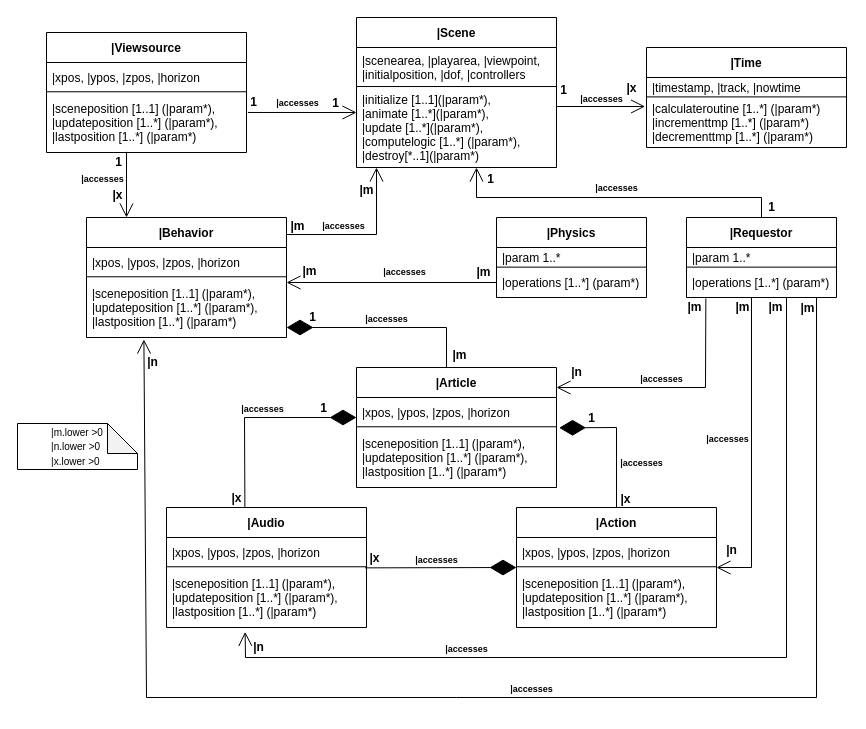
Earlier version of the draw.io diagram final.drawio (sai11101989/vrsemantics). Source tidied: cells renumbered, new cells numbered last; positions are measured from the earlier drawing's top-left corner, leaving out a move shared by most shapes. Both pictures are drawn from the tidied source at 100%, with x=0, y=0 at pixel (17, 17).
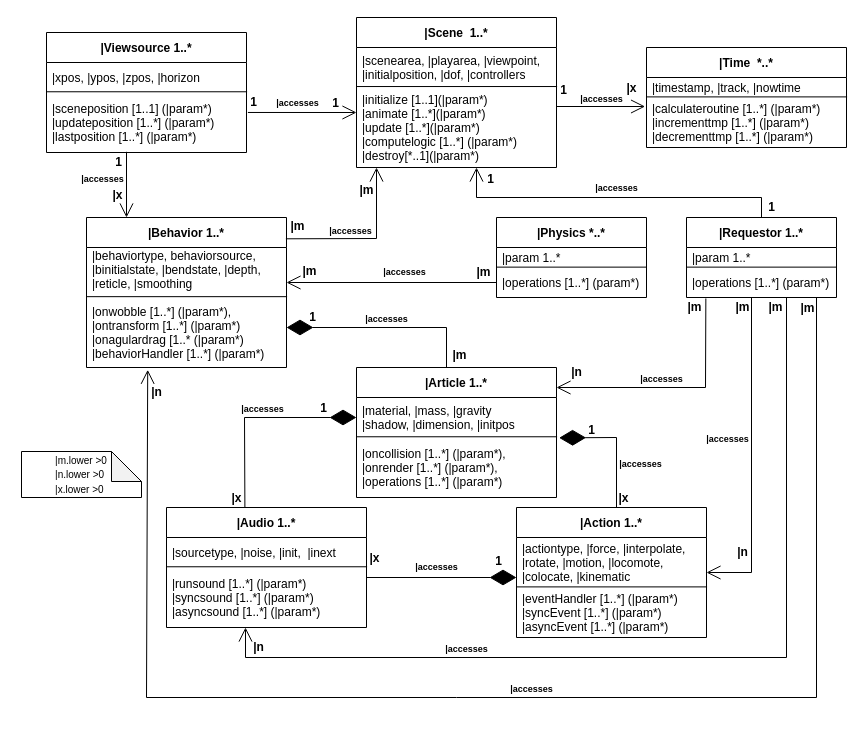
The same page after the edit.

Diff of the diagram source:
```diff
@@
-    <mxCell id="2" value="|Scene" style="swimlane;fontStyle=1;horizontal=1;startSize=30;" parent="1" vertex="1">
+    <mxCell id="2" value="|Scene  1..*" style="swimlane;fontStyle=1;horizontal=1;startSize=30;" parent="1" vertex="1">
       <mxGeometry x="339" width="200" height="150" as="geometry" />
     </mxCell>
@@
-    <mxCell id="4" value="|initialize [1..1](|param*), &#10;|animate [1..*](|param*),&#10;|update [1..*](|param*), &#10;|computelogic [1..*] (|param*),&#10;|destroy[*..1](|param*)" style="text;strokeColor=none;fillColor=none;align=left;verticalAlign=middle;spacingLeft=4;spacingRight=4;overflow=hidden;points=[[0,0.5],[1,0.5]];portConstraint=eastwest;" parent="2" vertex="1">
+    <mxCell id="4" value="|initialize [1..1](|param*)&#10;|animate [1..*](|param*)&#10;|update [1..*](|param*)&#10;|computelogic [1..*] (|param*)&#10;|destroy[*..1](|param*)" style="text;strokeColor=none;fillColor=none;align=left;verticalAlign=middle;spacingLeft=4;spacingRight=4;overflow=hidden;points=[[0,0.5],[1,0.5]];portConstraint=eastwest;" parent="2" vertex="1">
       <mxGeometry y="70" width="200" height="80" as="geometry" />
     </mxCell>
@@
-    <mxCell id="6" value="|Viewsource" style="swimlane;fontStyle=1;horizontal=1;startSize=30;" parent="1" vertex="1">
+    <mxCell id="6" value="|Viewsource 1..*" style="swimlane;fontStyle=1;horizontal=1;startSize=30;" parent="1" vertex="1">
       <mxGeometry x="29" y="15" width="200" height="120" as="geometry" />
     </mxCell>
@@
-    <mxCell id="8" value="|sceneposition [1..1] (|param*),&#10;|updateposition [1..*] (|param*),&#10;|lastposition [1..*] (|param*)" style="text;strokeColor=none;fillColor=none;align=left;verticalAlign=middle;spacingLeft=4;spacingRight=4;overflow=hidden;points=[[0,0.5],[1,0.5]];portConstraint=eastwest;" parent="6" vertex="1">
+    <mxCell id="8" value="|sceneposition [1..1] (|param*)&#10;|updateposition [1..*] (|param*)&#10;|lastposition [1..*] (|param*)" style="text;strokeColor=none;fillColor=none;align=left;verticalAlign=middle;spacingLeft=4;spacingRight=4;overflow=hidden;points=[[0,0.5],[1,0.5]];portConstraint=eastwest;" parent="6" vertex="1">
       <mxGeometry y="60" width="200" height="60" as="geometry" />
     </mxCell>
@@
-    <mxCell id="10" value="|Time" style="swimlane;fontStyle=1;horizontal=1;startSize=30;" parent="1" vertex="1">
+    <mxCell id="10" value="|Time  *..*" style="swimlane;fontStyle=1;horizontal=1;startSize=30;" parent="1" vertex="1">
       <mxGeometry x="629" y="30" width="200" height="100" as="geometry" />
     </mxCell>
@@
-    <mxCell id="20" value="|Behavior" style="swimlane;fontStyle=1;horizontal=1;startSize=30;" parent="1" vertex="1">
-      <mxGeometry x="69" y="200" width="200" height="120" as="geometry" />
+    <mxCell id="20" value="|Behavior 1..*" style="swimlane;fontStyle=1;horizontal=1;startSize=30;" parent="1" vertex="1">
+      <mxGeometry x="69" y="200" width="200" height="150" as="geometry" />
     </mxCell>
-    <mxCell id="21" value="|xpos, |ypos, |zpos, |horizon" style="text;strokeColor=none;fillColor=none;align=left;verticalAlign=middle;spacingLeft=4;spacingRight=4;overflow=hidden;" parent="20" vertex="1">
-      <mxGeometry y="30" width="200" height="30" as="geometry" />
+    <mxCell id="21" value="|behaviortype, behaviorsource,&#10;|binitialstate, |bendstate, |depth, &#10;|reticle, |smoothing&#10;" style="text;strokeColor=none;fillColor=none;align=left;verticalAlign=middle;spacingLeft=4;spacingRight=4;overflow=hidden;" parent="20" vertex="1">
+      <mxGeometry y="30" width="200" height="50" as="geometry" />
     </mxCell>
-    <mxCell id="22" value="|sceneposition [1..1] (|param*),&#10;|updateposition [1..*] (|param*),&#10;|lastposition [1..*] (|param*)" style="text;strokeColor=none;fillColor=none;align=left;verticalAlign=middle;spacingLeft=4;spacingRight=4;overflow=hidden;points=[[0,0.5],[1,0.5]];portConstraint=eastwest;" parent="20" vertex="1">
-      <mxGeometry y="60" width="200" height="60" as="geometry" />
+    <mxCell id="22" value="|onwobble [1..*] (|param*),&#10;|ontransform [1..*] (|param*)&#10;|onagulardrag [1..* (|param*)&#10;|behaviorHandler [1..*] (|param*)" style="text;strokeColor=none;fillColor=none;align=left;verticalAlign=middle;spacingLeft=4;spacingRight=4;overflow=hidden;points=[[0,0.5],[1,0.5]];portConstraint=eastwest;" parent="20" vertex="1">
+      <mxGeometry y="80" width="200" height="70" as="geometry" />
     </mxCell>
@@
-    <mxCell id="24" value="|Physics" style="swimlane;fontStyle=1;horizontal=1;startSize=30;" parent="1" vertex="1">
+    <mxCell id="24" value="|Physics *..*" style="swimlane;fontStyle=1;horizontal=1;startSize=30;" parent="1" vertex="1">
       <mxGeometry x="479" y="200" width="150" height="80" as="geometry" />
     </mxCell>
@@
     <mxCell id="32" style="endArrow=open;endFill=1;endSize=12;html=1;rounded=0;exitX=0.997;exitY=0.142;exitDx=0;exitDy=0;exitPerimeter=0;" parent="1" edge="1" source="20">
       <mxGeometry relative="1" as="geometry">
         <mxPoint x="359" y="150" as="targetPoint" />
         <Array as="points">
-          <mxPoint x="359" y="217" />
+          <mxPoint x="359" y="221" />
         </Array>
       </mxGeometry>
     </mxCell>
@@
-    <mxCell id="35" value="&lt;font style=&quot;font-size: 9px;&quot;&gt;|accesses&lt;/font&gt;" style="text;html=1;align=center;verticalAlign=middle;strokeColor=none;fillColor=none;fontStyle=1;" parent="1" vertex="1">
-      <mxGeometry x="291" y="193" width="70" height="30" as="geometry" />
-    </mxCell>
@@
-    <mxCell id="40" value="|Requestor" style="swimlane;fontStyle=1;horizontal=1;startSize=30;" parent="1" vertex="1">
+    <mxCell id="40" value="|Requestor 1..*" style="swimlane;fontStyle=1;horizontal=1;startSize=30;" parent="1" vertex="1">
       <mxGeometry x="669" y="200" width="150" height="80" as="geometry" />
     </mxCell>
@@
-    <mxCell id="48" value="|Article" style="swimlane;fontStyle=1;horizontal=1;startSize=30;" parent="1" vertex="1">
-      <mxGeometry x="339" y="350" width="200" height="120" as="geometry" />
+    <mxCell id="48" value="|Article 1..*" style="swimlane;fontStyle=1;horizontal=1;startSize=30;" parent="1" vertex="1">
+      <mxGeometry x="339" y="350" width="200" height="130" as="geometry" />
     </mxCell>
-    <mxCell id="49" value="|xpos, |ypos, |zpos, |horizon" style="text;strokeColor=none;fillColor=none;align=left;verticalAlign=middle;spacingLeft=4;spacingRight=4;overflow=hidden;" parent="48" vertex="1">
-      <mxGeometry y="30" width="200" height="30" as="geometry" />
+    <mxCell id="49" value="|material, |mass, |gravity &#10;|shadow, |dimension, |initpos" style="text;strokeColor=none;fillColor=none;align=left;verticalAlign=middle;spacingLeft=4;spacingRight=4;overflow=hidden;" parent="48" vertex="1">
+      <mxGeometry y="30" width="200" height="40" as="geometry" />
     </mxCell>
-    <mxCell id="50" value="|sceneposition [1..1] (|param*),&#10;|updateposition [1..*] (|param*),&#10;|lastposition [1..*] (|param*)" style="text;strokeColor=none;fillColor=none;align=left;verticalAlign=middle;spacingLeft=4;spacingRight=4;overflow=hidden;points=[[0,0.5],[1,0.5]];portConstraint=eastwest;" parent="48" vertex="1">
-      <mxGeometry y="60" width="200" height="60" as="geometry" />
+    <mxCell id="50" value="|oncollision [1..*] (|param*),&#10;|onrender [1..*] (|param*),&#10;|operations [1..*] (|param*)" style="text;strokeColor=none;fillColor=none;align=left;verticalAlign=middle;spacingLeft=4;spacingRight=4;overflow=hidden;points=[[0,0.5],[1,0.5]];portConstraint=eastwest;" parent="48" vertex="1">
+      <mxGeometry y="70" width="200" height="60" as="geometry" />
     </mxCell>
@@
-    <mxCell id="52" value="|Audio" style="swimlane;fontStyle=1;horizontal=1;startSize=30;" parent="1" vertex="1">
+    <mxCell id="52" value="|Audio 1..*" style="swimlane;fontStyle=1;horizontal=1;startSize=30;" parent="1" vertex="1">
       <mxGeometry x="149" y="490" width="200" height="120" as="geometry" />
     </mxCell>
-    <mxCell id="53" value="|xpos, |ypos, |zpos, |horizon" style="text;strokeColor=none;fillColor=none;align=left;verticalAlign=middle;spacingLeft=4;spacingRight=4;overflow=hidden;" parent="52" vertex="1">
+    <mxCell id="53" value="|sourcetype, |noise, |init,  |inext" style="text;strokeColor=none;fillColor=none;align=left;verticalAlign=middle;spacingLeft=4;spacingRight=4;overflow=hidden;" parent="52" vertex="1">
       <mxGeometry y="30" width="200" height="30" as="geometry" />
     </mxCell>
-    <mxCell id="54" value="|sceneposition [1..1] (|param*),&#10;|updateposition [1..*] (|param*),&#10;|lastposition [1..*] (|param*)" style="text;strokeColor=none;fillColor=none;align=left;verticalAlign=middle;spacingLeft=4;spacingRight=4;overflow=hidden;points=[[0,0.5],[1,0.5]];portConstraint=eastwest;" parent="52" vertex="1">
+    <mxCell id="54" value="|runsound [1..*] (|param*)&#10;|syncsound [1..*] (|param*)&#10;|asyncsound [1..*] (|param*)" style="text;strokeColor=none;fillColor=none;align=left;verticalAlign=middle;spacingLeft=4;spacingRight=4;overflow=hidden;points=[[0,0.5],[1,0.5]];portConstraint=eastwest;" parent="52" vertex="1">
       <mxGeometry y="60" width="200" height="60" as="geometry" />
     </mxCell>
@@
-    <mxCell id="56" value="|Action" style="swimlane;fontStyle=1;horizontal=1;startSize=30;" parent="1" vertex="1">
-      <mxGeometry x="499" y="490" width="200" height="120" as="geometry" />
+    <mxCell id="56" value="|Action 1..*" style="swimlane;fontStyle=1;horizontal=1;startSize=30;" parent="1" vertex="1">
+      <mxGeometry x="499" y="490" width="190" height="130" as="geometry" />
     </mxCell>
-    <mxCell id="57" value="|xpos, |ypos, |zpos, |horizon" style="text;strokeColor=none;fillColor=none;align=left;verticalAlign=middle;spacingLeft=4;spacingRight=4;overflow=hidden;" parent="56" vertex="1">
-      <mxGeometry y="30" width="200" height="30" as="geometry" />
+    <mxCell id="57" value="|actiontype, |force, |interpolate, &#10;|rotate, |motion, |locomote, &#10;|colocate, |kinematic" style="text;strokeColor=none;fillColor=none;align=left;verticalAlign=middle;spacingLeft=4;spacingRight=4;overflow=hidden;" parent="56" vertex="1">
+      <mxGeometry y="30" width="190" height="50" as="geometry" />
     </mxCell>
-    <mxCell id="58" value="|sceneposition [1..1] (|param*),&#10;|updateposition [1..*] (|param*),&#10;|lastposition [1..*] (|param*)" style="text;strokeColor=none;fillColor=none;align=left;verticalAlign=middle;spacingLeft=4;spacingRight=4;overflow=hidden;points=[[0,0.5],[1,0.5]];portConstraint=eastwest;" parent="56" vertex="1">
-      <mxGeometry y="60" width="200" height="60" as="geometry" />
+    <mxCell id="58" value="|eventHandler [1..*] (|param*)&#10;|syncEvent [1..*] (|param*)&#10;|asyncEvent [1..*] (|param*)" style="text;strokeColor=none;fillColor=none;align=left;verticalAlign=middle;spacingLeft=4;spacingRight=4;overflow=hidden;points=[[0,0.5],[1,0.5]];portConstraint=eastwest;" parent="56" vertex="1">
+      <mxGeometry y="80" width="190" height="50" as="geometry" />
     </mxCell>
@@
     <mxCell id="67" style="endArrow=open;endFill=1;endSize=12;html=1;rounded=0;fontSize=9;entryX=1;entryY=0.5;entryDx=0;entryDy=0;" parent="1" edge="1" target="56">
       <mxGeometry relative="1" as="geometry">
         <mxPoint x="734" y="280" as="sourcePoint" />
         <Array as="points">
-          <mxPoint x="734" y="550" />
+          <mxPoint x="734" y="555" />
         </Array>
       </mxGeometry>
     </mxCell>
-    <mxCell id="68" style="endArrow=open;endFill=1;endSize=12;html=1;rounded=0;fontSize=9;entryX=0.393;entryY=1.072;entryDx=0;entryDy=0;entryPerimeter=0;" parent="1" edge="1" target="54">
+    <mxCell id="68" style="endArrow=open;endFill=1;endSize=12;html=1;rounded=0;fontSize=9;" parent="1" edge="1">
       <mxGeometry relative="1" as="geometry">
         <mxPoint x="769" y="280" as="sourcePoint" />
+        <mxPoint x="228" y="610" as="targetPoint" />
         <Array as="points">
           <mxPoint x="769" y="640" />
           <mxPoint x="228" y="640" />
         </Array>
       </mxGeometry>
     </mxCell>
-    <mxCell id="69" style="endArrow=open;endFill=1;endSize=12;html=1;rounded=0;fontSize=9;entryX=0.287;entryY=1.033;entryDx=0;entryDy=0;entryPerimeter=0;" parent="1" edge="1" target="22">
+    <mxCell id="69" style="endArrow=open;endFill=1;endSize=12;html=1;rounded=0;fontSize=9;entryX=0.306;entryY=1.033;entryDx=0;entryDy=0;entryPerimeter=0;" parent="1" edge="1" target="22">
       <mxGeometry relative="1" as="geometry">
         <mxPoint x="799" y="280" as="sourcePoint" />
         <Array as="points">
           <mxPoint x="799" y="680" />
           <mxPoint x="439" y="680" />
           <mxPoint x="129" y="680" />
         </Array>
       </mxGeometry>
     </mxCell>
-    <mxCell id="70" style="endArrow=diamondThin;endFill=1;endSize=24;html=1;rounded=0;fontSize=9;exitX=0.993;exitY=0.006;exitDx=0;exitDy=0;exitPerimeter=0;entryX=0;entryY=0.5;entryDx=0;entryDy=0;" parent="1" edge="1" source="54" target="56">
-      <mxGeometry relative="1" as="geometry" />
+    <mxCell id="70" style="endArrow=diamondThin;endFill=1;endSize=24;html=1;rounded=0;fontSize=9;" parent="1" edge="1">
+      <mxGeometry relative="1" as="geometry">
+        <mxPoint x="349" y="560" as="sourcePoint" />
+        <mxPoint x="499" y="560" as="targetPoint" />
+      </mxGeometry>
     </mxCell>
@@
-    <mxCell id="72" style="endArrow=diamondThin;endFill=1;endSize=24;html=1;rounded=0;fontSize=9;exitX=0.5;exitY=0;exitDx=0;exitDy=0;entryX=1.013;entryY=0.006;entryDx=0;entryDy=0;entryPerimeter=0;" parent="1" edge="1" source="56" target="50">
+    <mxCell id="72" style="endArrow=diamondThin;endFill=1;endSize=24;html=1;rounded=0;fontSize=9;entryX=1.013;entryY=0.006;entryDx=0;entryDy=0;entryPerimeter=0;" parent="1" edge="1" target="50">
       <mxGeometry relative="1" as="geometry">
+        <mxPoint x="599" y="490" as="sourcePoint" />
         <Array as="points">
-          <mxPoint x="599" y="410" />
+          <mxPoint x="599" y="420" />
         </Array>
       </mxGeometry>
     </mxCell>
@@
-    <mxCell id="75" value="&lt;font style=&quot;font-size: 9px;&quot;&gt;|accesses&lt;/font&gt;" style="text;html=1;align=center;verticalAlign=middle;strokeColor=none;fillColor=none;fontStyle=1;" parent="1" vertex="1">
-      <mxGeometry x="589" y="430" width="70" height="30" as="geometry" />
-    </mxCell>
     <mxCell id="76" value="&lt;font style=&quot;font-size: 9px;&quot;&gt;|accesses&lt;/font&gt;" style="text;html=1;align=center;verticalAlign=middle;strokeColor=none;fillColor=none;fontStyle=1;" parent="1" vertex="1">
-      <mxGeometry x="384" y="527" width="70" height="30" as="geometry" />
+      <mxGeometry x="384" y="534" width="70" height="30" as="geometry" />
     </mxCell>
@@
-    <mxCell id="82" value="|x" style="text;html=1;align=center;verticalAlign=middle;strokeColor=none;fillColor=none;fontStyle=1;" parent="1" vertex="1">
-      <mxGeometry x="593" y="467" width="30" height="30" as="geometry" />
-    </mxCell>
@@
     <mxCell id="88" value="1" style="text;html=1;align=center;verticalAlign=middle;strokeColor=none;fillColor=none;fontStyle=1;" parent="1" vertex="1">
-      <mxGeometry x="559" y="386" width="30" height="30" as="geometry" />
+      <mxGeometry x="559" y="398" width="30" height="30" as="geometry" />
     </mxCell>
@@
     <mxCell id="90" value="|n" style="text;html=1;align=center;verticalAlign=middle;strokeColor=none;fillColor=none;fontStyle=1;" parent="1" vertex="1">
-      <mxGeometry x="699" y="518" width="30" height="30" as="geometry" />
+      <mxGeometry x="710" y="520" width="30" height="30" as="geometry" />
     </mxCell>
@@
     <mxCell id="92" value="|n" style="text;html=1;align=center;verticalAlign=middle;strokeColor=none;fillColor=none;fontStyle=1;" parent="1" vertex="1">
-      <mxGeometry x="120" y="330" width="30" height="30" as="geometry" />
+      <mxGeometry x="124" y="360" width="30" height="30" as="geometry" />
     </mxCell>
     <mxCell id="93" value="&lt;div style=&quot;text-align: left&quot;&gt;&lt;span style=&quot;font-weight: normal;&quot;&gt;&lt;span style=&quot;background-color: initial; font-size: x-small;&quot;&gt;|m.lower &amp;gt;0&lt;/span&gt;&lt;br&gt;&lt;/span&gt;&lt;/div&gt;&lt;div style=&quot;text-align: left&quot;&gt;&lt;font style=&quot;font-weight: normal;&quot; size=&quot;1&quot;&gt;|n.lower &amp;gt;0&lt;/font&gt;&lt;/div&gt;&lt;div style=&quot;text-align: left&quot;&gt;&lt;font style=&quot;font-weight: normal;&quot; size=&quot;1&quot;&gt;|x.lower &amp;gt;0&lt;/font&gt;&lt;/div&gt;" style="shape=note;whiteSpace=wrap;html=1;backgroundOutline=1;darkOpacity=0.05;fontStyle=1;" parent="1" vertex="1">
-      <mxGeometry y="406" width="120" height="46" as="geometry" />
+      <mxGeometry x="4" y="434" width="120" height="46" as="geometry" />
     </mxCell>
+    <mxCell id="82" value="|x" style="text;html=1;align=center;verticalAlign=middle;strokeColor=none;fillColor=none;fontStyle=1;" parent="1" vertex="1">
+      <mxGeometry x="591" y="466" width="30" height="30" as="geometry" />
+    </mxCell>
+    <mxCell id="94" value="&lt;font style=&quot;font-size: 9px;&quot;&gt;|accesses&lt;/font&gt;" style="text;html=1;align=center;verticalAlign=middle;strokeColor=none;fillColor=none;fontStyle=1;" parent="1" vertex="1">
+      <mxGeometry x="588" y="431" width="70" height="30" as="geometry" />
+    </mxCell>
+    <mxCell id="95" value="1" style="text;html=1;align=center;verticalAlign=middle;strokeColor=none;fillColor=none;fontStyle=1;" parent="1" vertex="1">
+      <mxGeometry x="466" y="529" width="30" height="30" as="geometry" />
+    </mxCell>
+    <mxCell id="96" value="&lt;font style=&quot;font-size: 9px;&quot;&gt;|accesses&lt;/font&gt;" style="text;html=1;align=center;verticalAlign=middle;strokeColor=none;fillColor=none;fontStyle=1;" parent="1" vertex="1">
+      <mxGeometry x="298" y="198" width="70" height="30" as="geometry" />
+    </mxCell>
```
